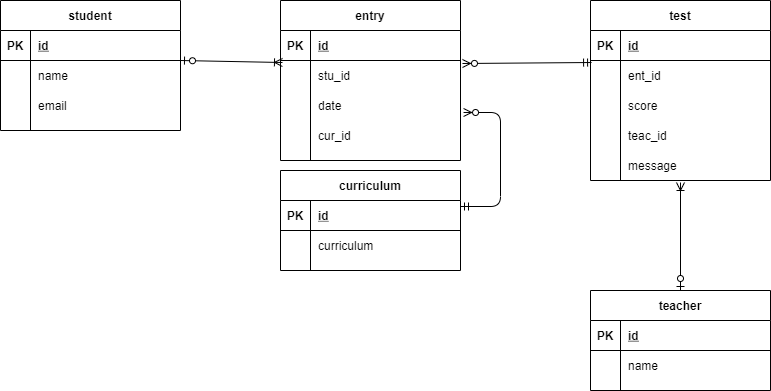
The draw.io diagram index.drawio.png in i-system-yaa999/Database_Chapter8_EX, before a commit. Source tidied: cells renumbered, new cells last; positions are measured from the earlier drawing's top-left corner, leaving out a move shared by most shapes.
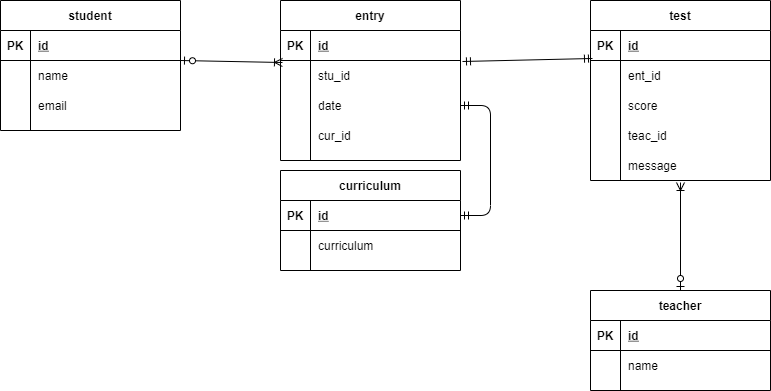
After the change.

Change to the diagram source:
```diff
@@ -169,16 +169,11 @@
     <mxCell id="56" style="fontSize=12;html=1;endArrow=ERoneToMany;startArrow=ERzeroToOne;exitX=1;exitY=0;exitDx=0;exitDy=0;exitPerimeter=0;entryX=0.011;entryY=0.067;entryDx=0;entryDy=0;entryPerimeter=0;" parent="1" edge="1" source="6" target="32">
       <mxGeometry relative="1" as="geometry" />
     </mxCell>
-    <mxCell id="57" style="fontSize=12;html=1;endArrow=ERzeroToMany;startArrow=ERmandOne;entryX=1.017;entryY=0.733;entryDx=0;entryDy=0;entryPerimeter=0;exitX=1;exitY=0.2;exitDx=0;exitDy=0;exitPerimeter=0;edgeStyle=orthogonalEdgeStyle;" parent="1" edge="1" source="49" target="35">
-      <mxGeometry relative="1" as="geometry">
-        <Array as="points">
-          <mxPoint x="500" y="206" />
-          <mxPoint x="500" y="112" />
-        </Array>
-      </mxGeometry>
+    <mxCell id="57" style="edgeStyle=entityRelationEdgeStyle;fontSize=12;html=1;endArrow=ERmandOne;startArrow=ERmandOne;entryX=1;entryY=0.5;entryDx=0;entryDy=0;exitX=1;exitY=0.5;exitDx=0;exitDy=0;" parent="1" edge="1" source="49" target="35">
+      <mxGeometry relative="1" as="geometry" />
     </mxCell>
-    <mxCell id="58" style="fontSize=12;html=1;endArrow=ERzeroToMany;startArrow=ERmandOne;entryX=1.011;entryY=0.1;entryDx=0;entryDy=0;entryPerimeter=0;exitX=0.006;exitY=0.067;exitDx=0;exitDy=0;exitPerimeter=0;" parent="1" edge="1" source="16" target="32">
-      <mxGeometry relative="1" as="geometry" />
-    </mxCell>
+    <mxCell id="59" style="fontSize=12;html=1;endArrow=ERmandOne;startArrow=ERmandOne;entryX=0.011;entryY=-0.067;entryDx=0;entryDy=0;entryPerimeter=0;exitX=1.011;exitY=0.033;exitDx=0;exitDy=0;exitPerimeter=0;" parent="1" edge="1" source="32" target="16">
+      <mxGeometry relative="1" as="geometry" />
+    </mxCell>
   </root>
 </mxGraphModel>
```
